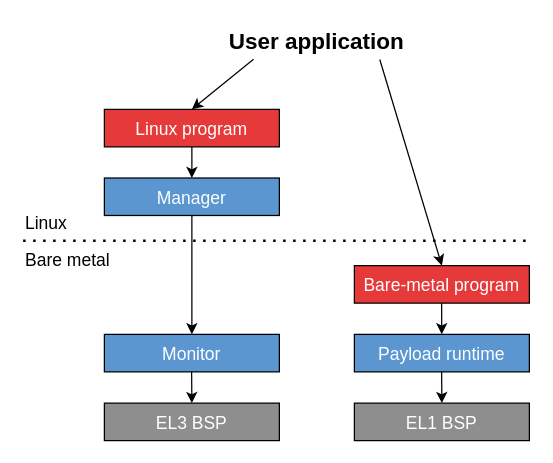
Before: doc/build-tree.drawio in mcejp/bmboot, a draw.io diagram. Source tidied: cells renumbered, new cells numbered last; positions are measured from the earlier drawing's top-left corner, leaving out a move shared by most shapes. Both pictures are drawn from the tidied source at 125%, with x=0, y=0 at pixel (22, 21).
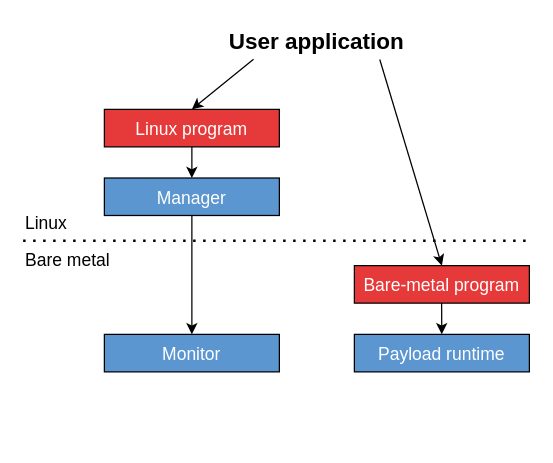
The same diagram, later.

Commit message:
bmboot: Update build tree drawing

The edit, as a diff of the source:
```diff
@@
-    <mxCell id="6" value="EL1 BSP" style="rounded=0;whiteSpace=wrap;html=1;fontFamily=Helvetica Now Text;fontSize=14;fontColor=#FFFFFF;verticalAlign=middle;spacingTop=2;fillColor=#8E8E8E;" parent="1" vertex="1">
-      <mxGeometry x="265" y="305" width="140" height="30" as="geometry" />
-    </mxCell>
-    <mxCell id="7" value="EL3 BSP" style="rounded=0;whiteSpace=wrap;html=1;fontFamily=Helvetica Now Text;fontSize=14;fontColor=#FFFFFF;verticalAlign=middle;spacingTop=2;fillColor=#8E8E8E;" parent="1" vertex="1">
-      <mxGeometry x="65" y="305" width="140" height="30" as="geometry" />
-    </mxCell>
@@
-    <mxCell id="14" style="endArrow=classic;html=1;fontSize=14;fontColor=#000000;exitX=0.5;exitY=1;exitDx=0;exitDy=0;entryX=0.5;entryY=0;entryDx=0;entryDy=0;fontFamily=Helvetica Now Text;" parent="1" edge="1" target="6">
-      <mxGeometry relative="1" as="geometry">
-        <mxPoint x="334.8" y="280" as="sourcePoint" />
-      </mxGeometry>
-    </mxCell>
-    <mxCell id="15" style="endArrow=classic;html=1;fontSize=14;fontColor=#000000;exitX=0.5;exitY=1;exitDx=0;exitDy=0;fontFamily=Helvetica Now Text;" parent="1" edge="1">
-      <mxGeometry relative="1" as="geometry">
-        <mxPoint x="134.8" y="280" as="sourcePoint" />
-        <mxPoint x="135" y="305" as="targetPoint" />
-      </mxGeometry>
-    </mxCell>
```
